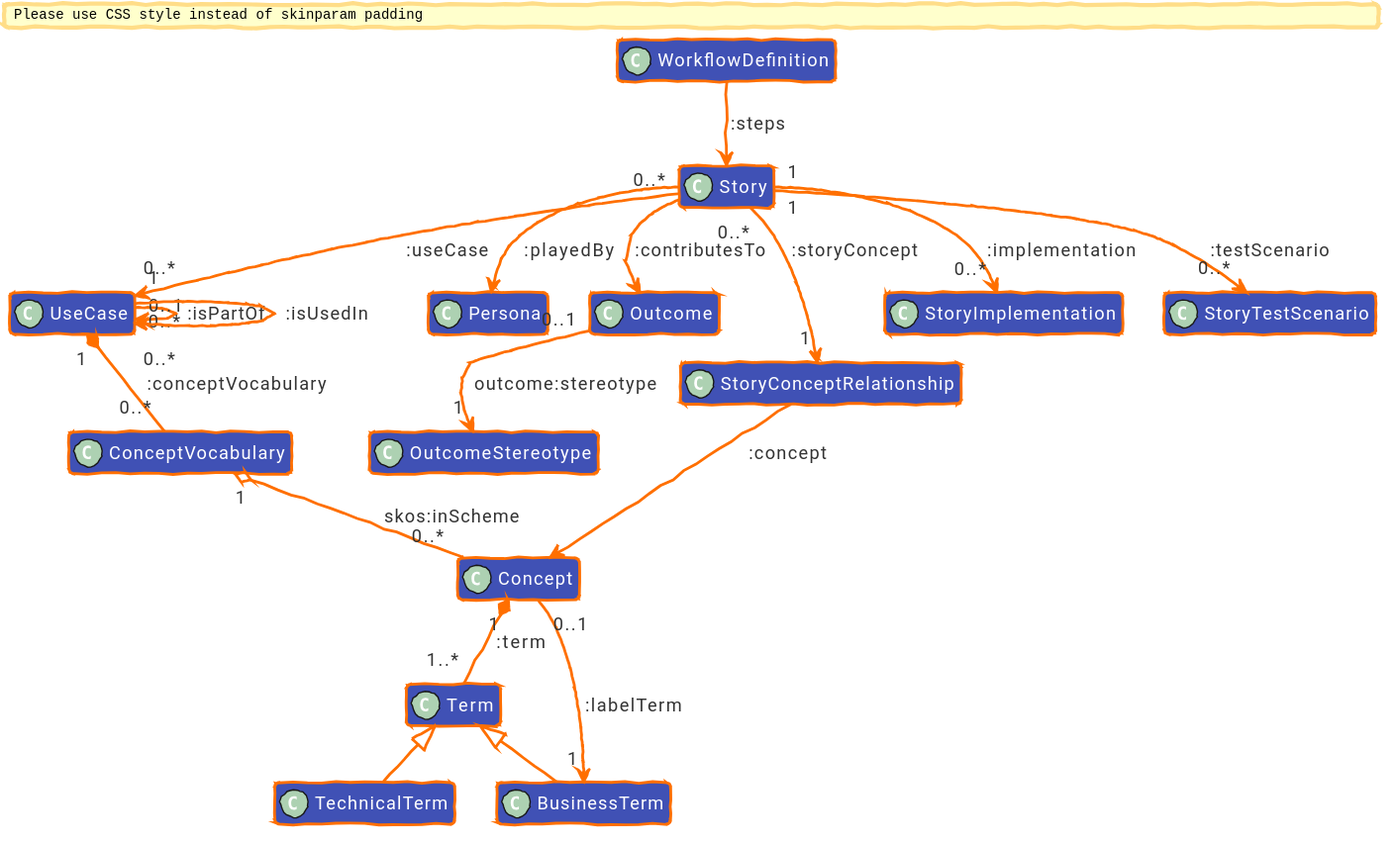
Above: diagrams/out/uctm-story.svg in EKGF/ekg-method (PlantUML), before the change.
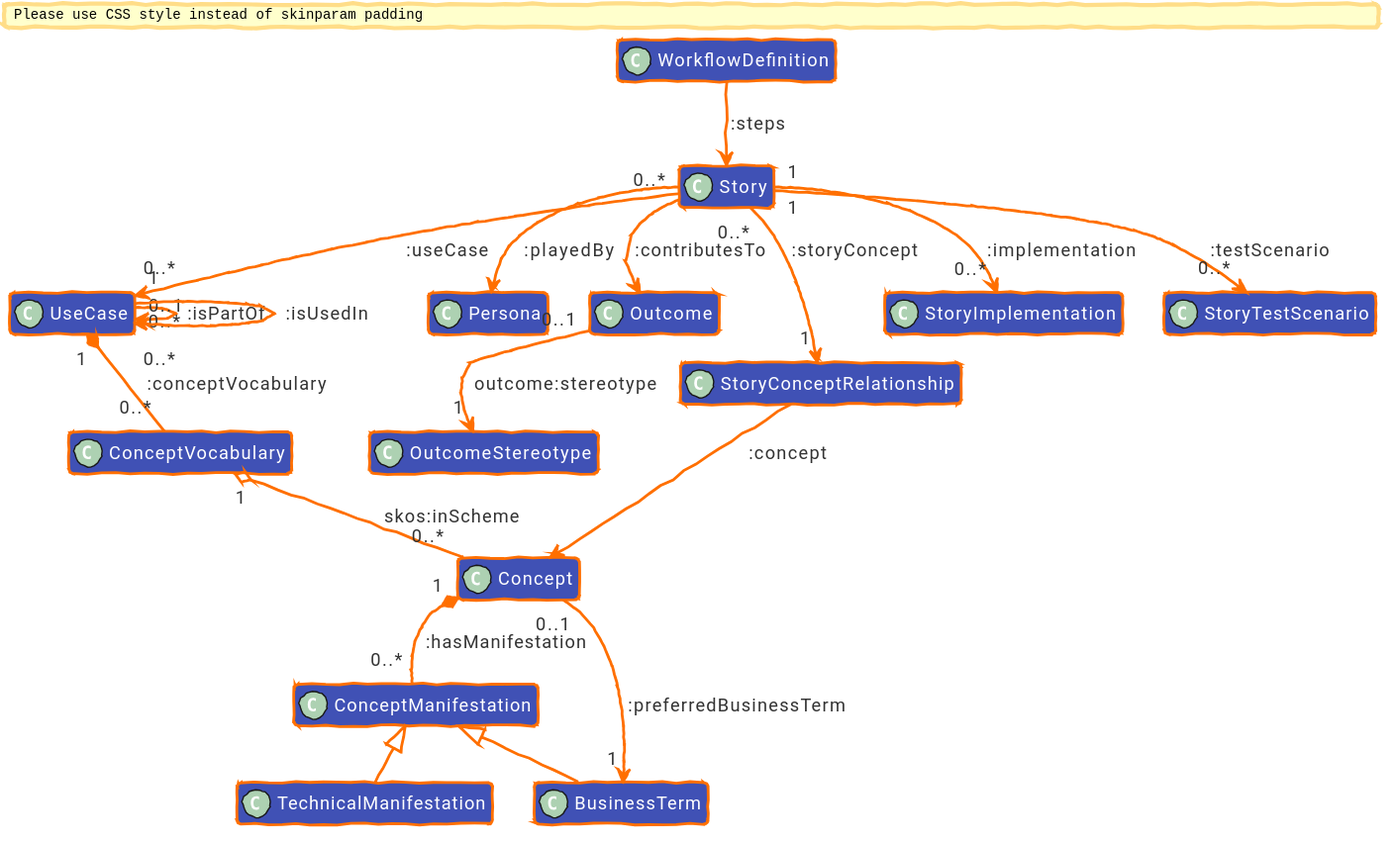
After the commit.

The edit, as a diff of the source:
```diff
@@ -66,16 +66,16 @@
 class "OutcomeStereotype" as OutcomeStereotype [[/concept/outcome/outcome-stereotype/#ontology]]
 class "Concept" as Concept [[/concept/concept/#ontology]]
 class "ConceptVocabulary" as ConceptVocabulary [[/concept/concept/concept-vocabulary/#ontology]]
-class "Term" as Term [[/concept/term/#ontology]]
+class "ConceptManifestation" as ConceptManifestation [[/concept/term/#ontology]]
 class "BusinessTerm" as BusinessTerm [[/concept/term/business-term/#ontology]]
-class "TechnicalTerm" as TechnicalTerm [[/concept/term/technical-term/#ontology]]
+class "TechnicalManifestation" as TechnicalManifestation [[/concept/term/technical-term/#ontology]]
 class "WorkflowDefinition" as WorkflowDefinition [[/concept/workflow/#ontology]]
 class "StoryConceptRelationship" as StoryConceptRelationship [[/concept/concept/story-concept-relationship/#ontology]]
 class "StoryImplementation" as StoryImplementation [[/concept/story/implementation/#ontology]]
 class "StoryTestScenario" as StoryTestScenario [[/concept/story/test-scenarios/#ontology]]
 
-Term <|-- BusinessTerm
-Term <|-- TechnicalTerm
+ConceptManifestation <|-- BusinessTerm
+ConceptManifestation <|-- TechnicalManifestation
 
 Story "0..*" --> "1" UseCase : :useCase
 
@@ -92,8 +92,8 @@
 
 Story "0..*" --> "1" StoryConceptRelationship : :storyConcept
 StoryConceptRelationship --> Concept : :concept
-Concept "1" *-- "1..*" Term : :term
-Concept "0..1" --> "1" BusinessTerm : :labelTerm
+Concept "1" *-- "0..*" ConceptManifestation : :hasManifestation
+Concept "0..1" --> "1" BusinessTerm : :preferredBusinessTerm
 
 Story "1" --> "0..*" StoryImplementation : :implementation
 
```
